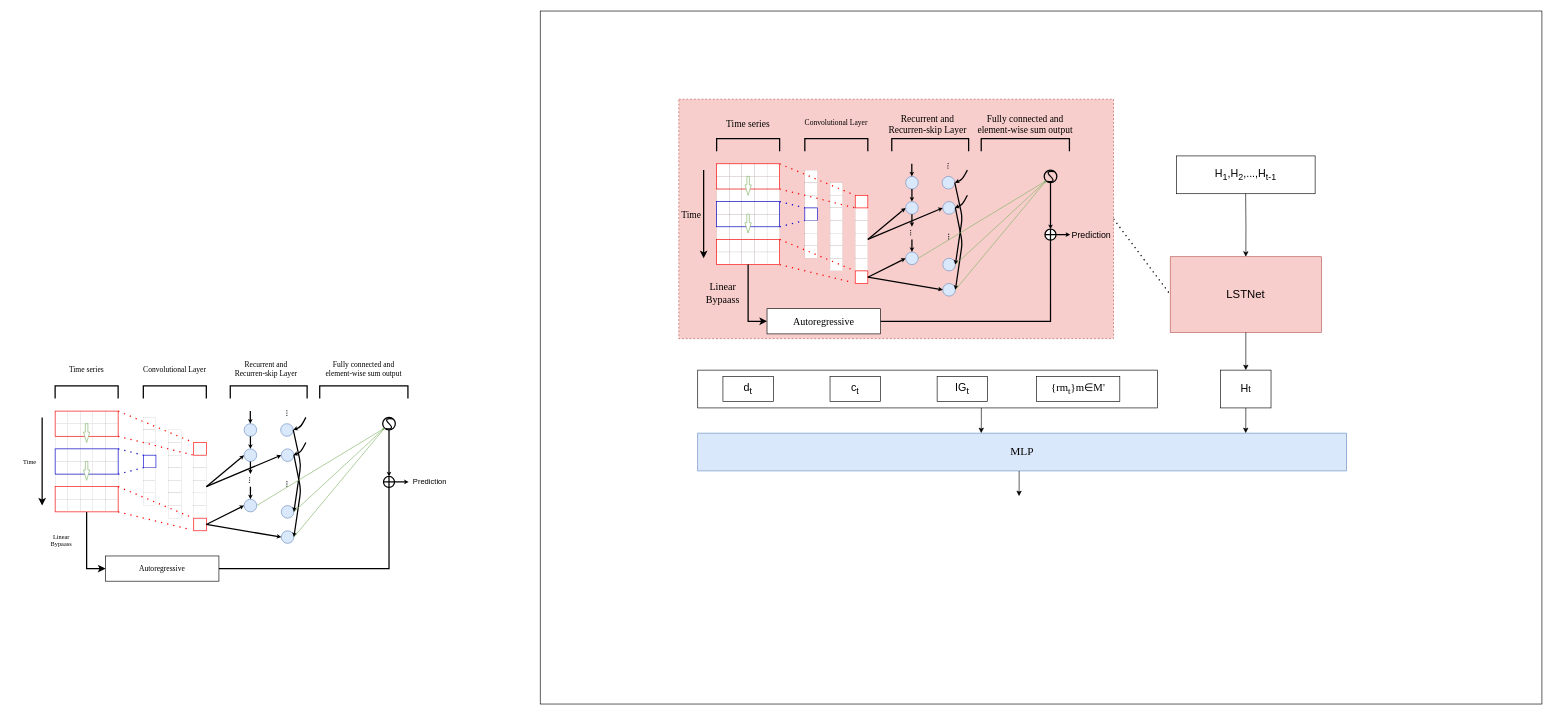
lishuai-0/picture_source_file_draw_io keeps this draw.io diagram as dqnmodel.drawio. Above is the earlier version. Source tidied: cells renumbered, new cells numbered last; positions are measured from the earlier drawing's top-left corner, leaving out a move shared by most shapes. Both pictures are drawn from the tidied source at 63%, with x=0, y=0 at pixel (11, 11).
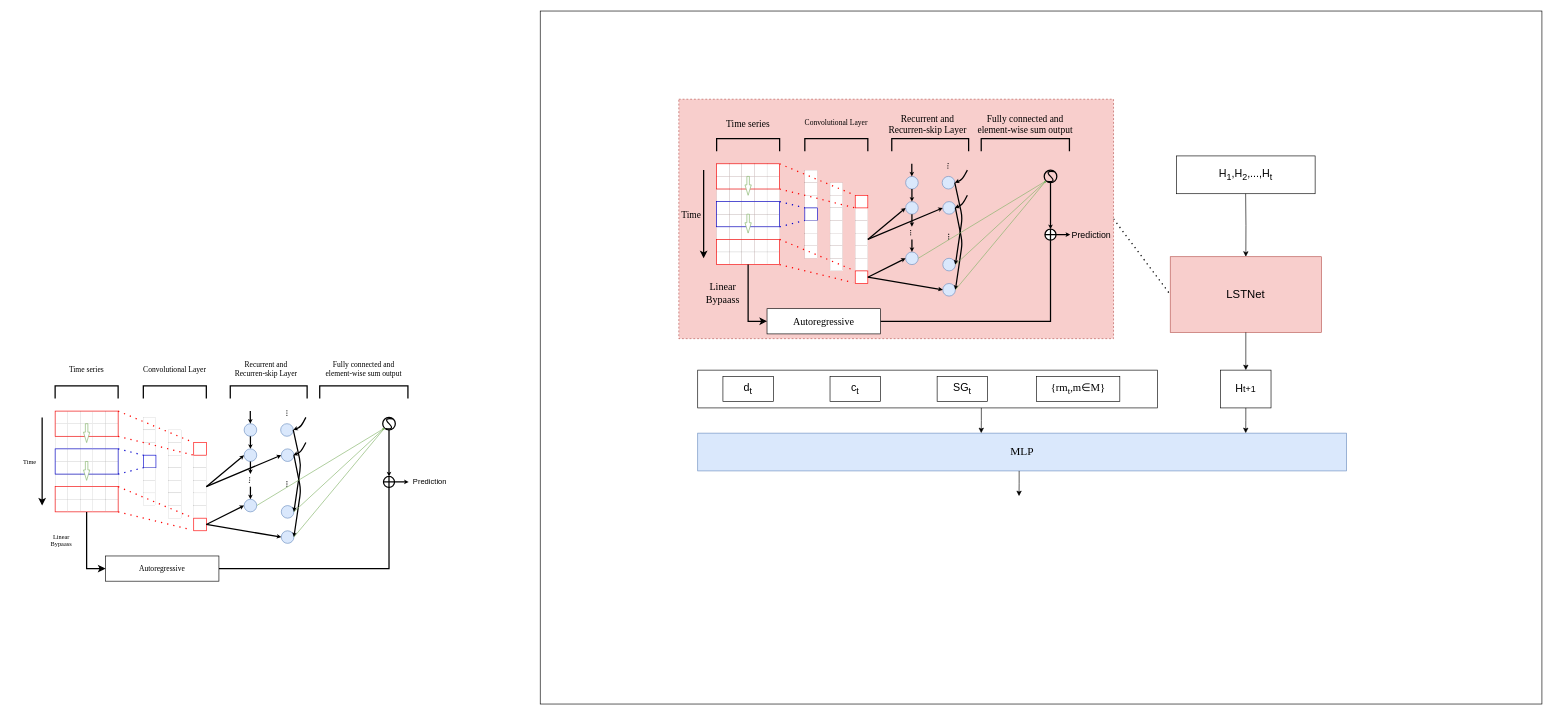
The same page after the edit.

What changed in the source:
```diff
@@
-    <mxCell id="127" value="&lt;font style=&quot;font-size: 17px;&quot;&gt;IG&lt;sub&gt;t&lt;/sub&gt;&lt;/font&gt;" style="rounded=0;whiteSpace=wrap;html=1;" parent="1" vertex="1">
+    <mxCell id="127" value="&lt;font style=&quot;font-size: 17px;&quot;&gt;SG&lt;sub&gt;t&lt;/sub&gt;&lt;/font&gt;" style="rounded=0;whiteSpace=wrap;html=1;" parent="1" vertex="1">
       <mxGeometry x="1470" y="580" width="80" height="40" as="geometry" />
     </mxCell>
-    <mxCell id="128" value="&lt;font style=&quot;font-size: 17px;&quot; face=&quot;Times New Roman&quot;&gt;{rm&lt;sub&gt;t&lt;/sub&gt;}m∈M'&lt;/font&gt;" style="rounded=0;whiteSpace=wrap;html=1;" parent="1" vertex="1">
+    <mxCell id="128" value="&lt;font style=&quot;font-size: 17px;&quot; face=&quot;Times New Roman&quot;&gt;{rm&lt;sub&gt;t&lt;/sub&gt;,m∈M}&lt;/font&gt;" style="rounded=0;whiteSpace=wrap;html=1;" parent="1" vertex="1">
       <mxGeometry x="1628" y="580" width="132" height="40" as="geometry" />
     </mxCell>
@@
-    <mxCell id="130" value="&lt;font style=&quot;font-size: 17px;&quot;&gt;H&lt;/font&gt;&lt;font style=&quot;font-size: 14.1667px;&quot;&gt;t&lt;/font&gt;" style="rounded=0;whiteSpace=wrap;html=1;" parent="1" vertex="1">
+    <mxCell id="130" value="&lt;font style=&quot;font-size: 17px;&quot;&gt;H&lt;/font&gt;&lt;font style=&quot;font-size: 14.1667px;&quot;&gt;t+1&lt;/font&gt;" style="rounded=0;whiteSpace=wrap;html=1;" parent="1" vertex="1">
       <mxGeometry x="1920" y="570" width="80" height="60" as="geometry" />
     </mxCell>
@@
-    <mxCell id="132" value="&lt;font style=&quot;font-size: 17px;&quot;&gt;H&lt;sub&gt;1&lt;/sub&gt;,H&lt;sub&gt;2&lt;/sub&gt;,...,H&lt;sub&gt;t-1&lt;/sub&gt;&lt;/font&gt;" style="rounded=0;whiteSpace=wrap;html=1;" parent="1" vertex="1">
+    <mxCell id="132" value="&lt;font style=&quot;font-size: 17px;&quot;&gt;H&lt;sub&gt;1&lt;/sub&gt;,H&lt;sub&gt;2&lt;/sub&gt;,...,H&lt;sub&gt;t&lt;/sub&gt;&lt;/font&gt;" style="rounded=0;whiteSpace=wrap;html=1;" parent="1" vertex="1">
       <mxGeometry x="1850" y="230" width="220" height="60" as="geometry" />
     </mxCell>
```
